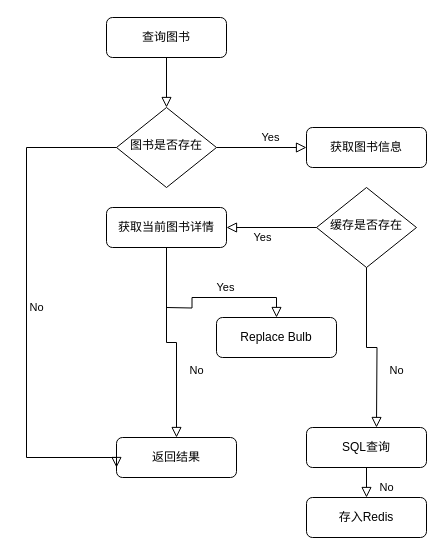
This is 未命名绘图.drawio from JanDavi/ostep-code, a draw.io file, before an edit. Source tidied: cells renumbered, new cells numbered last; positions are measured from the earlier drawing's top-left corner, leaving out a move shared by most shapes. Both pictures are drawn from the tidied source at 100%, with x=0, y=0 at pixel (26, 17).
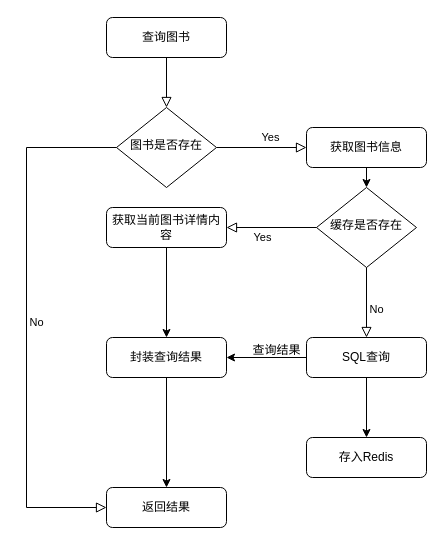
The same page after the edit.

Commit message (it also covers changes not shown here):
更新未命名绘图.drawio

The change refers to these unchanged cells:
```xml
<mxCell id="5" value="图书是否存在" style="rhombus;whiteSpace=wrap;html=1;shadow=0;fontFamily=Helvetica;fontSize=12;align=center;strokeWidth=1;spacing=6;spacingTop=-4;" parent="1" vertex="1">
  <mxGeometry x="90" y="90" width="100" height="80" as="geometry" />
</mxCell>
<mxCell id="6" value="获取图书信息" style="rounded=1;whiteSpace=wrap;html=1;fontSize=12;glass=0;strokeWidth=1;shadow=0;" parent="1" vertex="1">
  <mxGeometry x="280" y="110" width="120" height="40" as="geometry" />
</mxCell>
<mxCell id="12" value="缓存是否存在" style="rhombus;whiteSpace=wrap;html=1;shadow=0;fontFamily=Helvetica;fontSize=12;align=center;strokeWidth=1;spacing=6;spacingTop=-4;" parent="1" vertex="1">
  <mxGeometry x="290" y="170" width="100" height="80" as="geometry" />
</mxCell>
```

What changed in the source:
```diff
@@
+    <mxCell id="19" style="edgeStyle=orthogonalEdgeStyle;rounded=0;jettySize=auto;html=1;exitX=0.5;exitY=1;exitDx=0;exitDy=0;entryX=0.5;entryY=0;entryDx=0;entryDy=0;" parent="1" edge="1" source="6" target="12">
+      <mxGeometry relative="1" as="geometry" />
+    </mxCell>
@@
-    <mxCell id="7" value="No" style="rounded=0;html=1;jettySize=auto;fontSize=11;endArrow=block;endFill=0;endSize=8;strokeWidth=1;shadow=0;labelBackgroundColor=none;edgeStyle=orthogonalEdgeStyle;exitX=0.5;exitY=1;exitDx=0;exitDy=0;" parent="1" edge="1" source="14" target="9">
-      <mxGeometry x="0.33" y="20" relative="1" as="geometry" />
-    </mxCell>
-    <mxCell id="8" value="Yes" style="edgeStyle=orthogonalEdgeStyle;rounded=0;html=1;jettySize=auto;fontSize=11;endArrow=block;endFill=0;endSize=8;strokeWidth=1;shadow=0;labelBackgroundColor=none;" parent="1" edge="1" target="10">
-      <mxGeometry y="10" relative="1" as="geometry">
-        <mxPoint x="140" y="290" as="sourcePoint" />
-      </mxGeometry>
-    </mxCell>
     <mxCell id="9" value="返回结果" style="rounded=1;whiteSpace=wrap;html=1;fontSize=12;glass=0;strokeWidth=1;shadow=0;" parent="1" vertex="1">
-      <mxGeometry x="90" y="420" width="120" height="40" as="geometry" />
+      <mxGeometry x="80" y="470" width="120" height="40" as="geometry" />
     </mxCell>
+    <mxCell id="20" style="edgeStyle=orthogonalEdgeStyle;rounded=0;jettySize=auto;html=1;exitX=0.5;exitY=1;exitDx=0;exitDy=0;entryX=0.5;entryY=0;entryDx=0;entryDy=0;" parent="1" edge="1" source="10" target="9">
+      <mxGeometry relative="1" as="geometry" />
+    </mxCell>
-    <mxCell id="10" value="Replace Bulb" style="rounded=1;whiteSpace=wrap;html=1;fontSize=12;glass=0;strokeWidth=1;shadow=0;" parent="1" vertex="1">
-      <mxGeometry x="190" y="300" width="120" height="40" as="geometry" />
+    <mxCell id="10" value="封装查询结果" style="rounded=1;whiteSpace=wrap;html=1;fontSize=12;glass=0;strokeWidth=1;shadow=0;" parent="1" vertex="1">
+      <mxGeometry x="80" y="320" width="120" height="40" as="geometry" />
     </mxCell>
-    <mxCell id="11" value="No" style="edgeStyle=orthogonalEdgeStyle;rounded=0;html=1;jettySize=auto;fontSize=11;endArrow=block;endFill=0;endSize=8;strokeWidth=1;shadow=0;labelBackgroundColor=none;entryX=0;entryY=0.75;entryDx=0;entryDy=0;exitX=0;exitY=0.5;exitDx=0;exitDy=0;" parent="1" edge="1" source="5" target="9">
+    <mxCell id="11" value="No" style="edgeStyle=orthogonalEdgeStyle;rounded=0;html=1;jettySize=auto;fontSize=11;endArrow=block;endFill=0;endSize=8;strokeWidth=1;shadow=0;labelBackgroundColor=none;exitX=0;exitY=0.5;exitDx=0;exitDy=0;entryX=0;entryY=0.5;entryDx=0;entryDy=0;" parent="1" edge="1" source="5" target="9">
       <mxGeometry y="10" relative="1" as="geometry">
         <Array as="points">
           <mxPoint y="130" />
-          <mxPoint y="440" />
+          <mxPoint y="490" />
         </Array>
       </mxGeometry>
     </mxCell>
@@
+    <mxCell id="21" style="edgeStyle=orthogonalEdgeStyle;rounded=0;jettySize=auto;html=1;exitX=0.5;exitY=1;exitDx=0;exitDy=0;entryX=0.5;entryY=0;entryDx=0;entryDy=0;" parent="1" edge="1" source="14" target="10">
+      <mxGeometry relative="1" as="geometry" />
+    </mxCell>
-    <mxCell id="14" value="获取当前图书详情" style="rounded=1;whiteSpace=wrap;html=1;fontSize=12;glass=0;strokeWidth=1;shadow=0;" parent="1" vertex="1">
+    <mxCell id="14" value="获取当前图书详情内容" style="rounded=1;whiteSpace=wrap;html=1;fontSize=12;glass=0;strokeWidth=1;shadow=0;" parent="1" vertex="1">
       <mxGeometry x="80" y="190" width="120" height="40" as="geometry" />
     </mxCell>
-    <mxCell id="15" value="No" style="rounded=0;html=1;jettySize=auto;fontSize=11;endArrow=block;endFill=0;endSize=8;strokeWidth=1;shadow=0;labelBackgroundColor=none;edgeStyle=orthogonalEdgeStyle;exitX=0.5;exitY=1;exitDx=0;exitDy=0;" parent="1" edge="1" source="12">
-      <mxGeometry x="0.33" y="20" relative="1" as="geometry">
-        <mxPoint x="350" y="410" as="targetPoint" />
-      </mxGeometry>
-    </mxCell>
+    <mxCell id="22" style="edgeStyle=orthogonalEdgeStyle;rounded=0;jettySize=auto;html=1;exitX=0.5;exitY=1;exitDx=0;exitDy=0;entryX=0.5;entryY=0;entryDx=0;entryDy=0;" parent="1" edge="1" source="16" target="17">
+      <mxGeometry relative="1" as="geometry" />
+    </mxCell>
+    <mxCell id="23" style="edgeStyle=orthogonalEdgeStyle;rounded=0;jettySize=auto;html=1;exitX=0;exitY=0.5;exitDx=0;exitDy=0;" parent="1" edge="1" source="16" target="10">
+      <mxGeometry relative="1" as="geometry" />
+    </mxCell>
     <mxCell id="16" value="SQL查询" style="rounded=1;whiteSpace=wrap;html=1;fontSize=12;glass=0;strokeWidth=1;shadow=0;" parent="1" vertex="1">
-      <mxGeometry x="280" y="410" width="120" height="40" as="geometry" />
+      <mxGeometry x="280" y="320" width="120" height="40" as="geometry" />
     </mxCell>
     <mxCell id="17" value="存入Redis" style="rounded=1;whiteSpace=wrap;html=1;fontSize=12;glass=0;strokeWidth=1;shadow=0;" parent="1" vertex="1">
-      <mxGeometry x="280" y="480" width="120" height="40" as="geometry" />
+      <mxGeometry x="280" y="420" width="120" height="40" as="geometry" />
     </mxCell>
-    <mxCell id="18" value="No" style="rounded=0;html=1;jettySize=auto;fontSize=11;endArrow=block;endFill=0;endSize=8;strokeWidth=1;shadow=0;labelBackgroundColor=none;edgeStyle=orthogonalEdgeStyle;exitX=0.5;exitY=1;exitDx=0;exitDy=0;" parent="1" edge="1" source="16">
-      <mxGeometry x="0.33" y="20" relative="1" as="geometry">
-        <mxPoint x="340" y="480" as="targetPoint" />
-      </mxGeometry>
-    </mxCell>
+    <mxCell id="24" value="No" style="edgeStyle=orthogonalEdgeStyle;rounded=0;html=1;jettySize=auto;fontSize=11;endArrow=block;endFill=0;endSize=8;strokeWidth=1;shadow=0;labelBackgroundColor=none;exitX=0.5;exitY=1;exitDx=0;exitDy=0;entryX=0.5;entryY=0;entryDx=0;entryDy=0;" parent="1" edge="1" source="12" target="16">
+      <mxGeometry x="0.2" y="10" relative="1" as="geometry" />
+    </mxCell>
+    <mxCell id="25" value="查询结果" style="text;html=1;align=center;verticalAlign=middle;strokeColor=none;fillColor=none;" parent="1" vertex="1">
+      <mxGeometry x="215" y="318" width="70" height="30" as="geometry" />
+    </mxCell>
```
